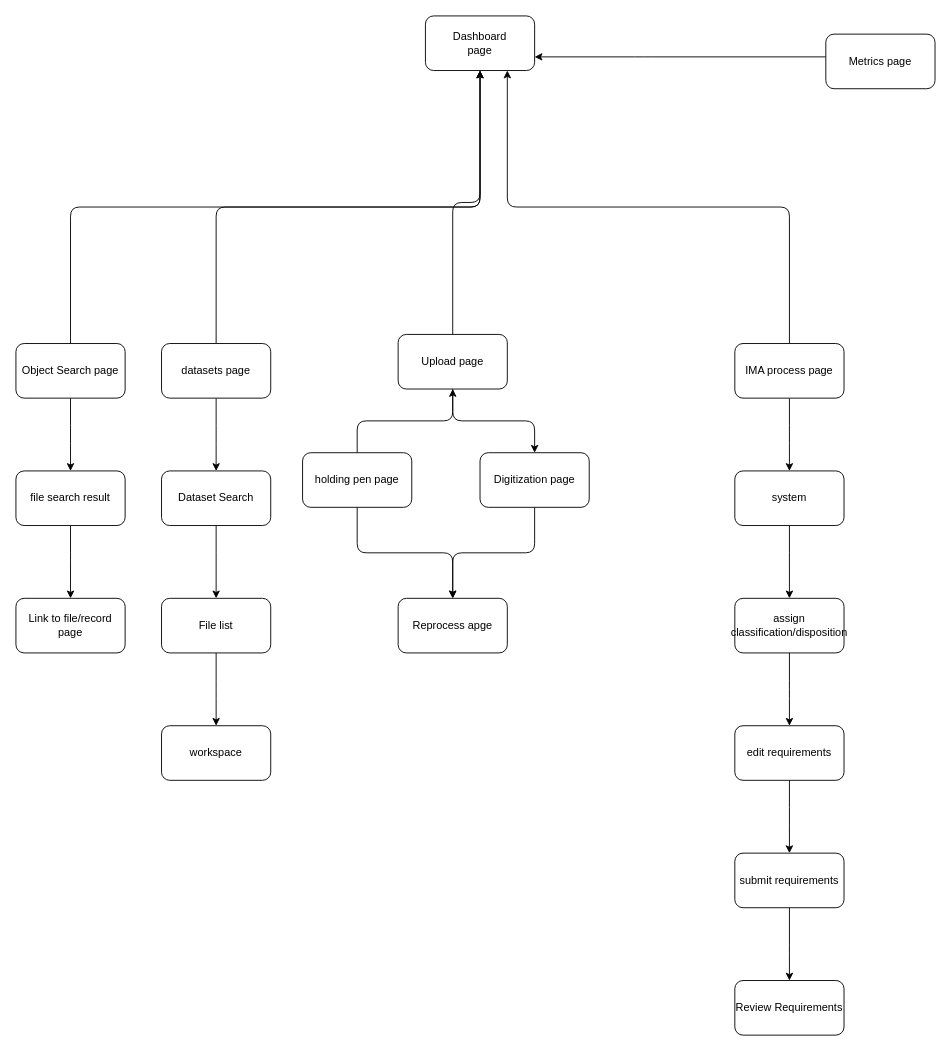
flare891/rmslow keeps this draw.io diagram as page "PageFlow" (2 of 3) of Drawings/Eva/Dashboard/Dashboard.drawio. Above is the earlier version. Source tidied: cells renumbered, new cells numbered last; positions are measured from the earlier drawing's top-left corner, leaving out a move shared by most shapes. Both pictures are drawn from the tidied source at 91%, with x=0, y=0 at pixel (15, 15).
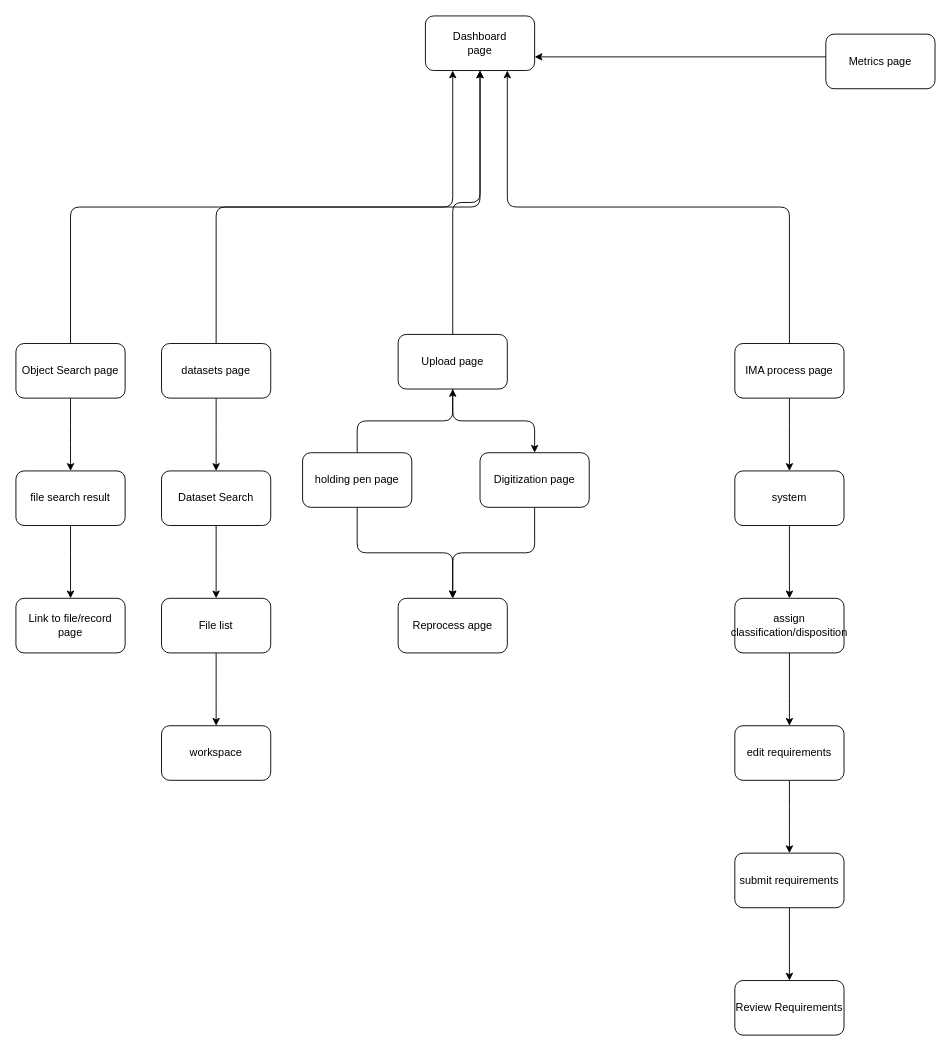
Above is the later version.

Unchanged cells that the change refers to:
```xml
<mxCell id="2" value="Dashboard&lt;br&gt;page" style="rounded=1;whiteSpace=wrap;html=1;" parent="1" vertex="1">
  <mxGeometry x="450" width="120" height="60" as="geometry" />
</mxCell>
<mxCell id="17" value="datasets page" style="rounded=1;whiteSpace=wrap;html=1;" parent="1" vertex="1">
  <mxGeometry x="160" y="360" width="120" height="60" as="geometry" />
</mxCell>
```

Change to the diagram source:
```diff
@@
-    <mxCell id="15" style="edgeStyle=elbowEdgeStyle;rounded=1;jettySize=auto;elbow=vertical;html=1;" parent="1" edge="1" source="17">
-      <mxGeometry relative="1" as="geometry">
-        <mxPoint x="510" y="60" as="targetPoint" />
-      </mxGeometry>
+    <mxCell id="15" style="edgeStyle=elbowEdgeStyle;rounded=1;jettySize=auto;elbow=vertical;html=1;entryX=0.25;entryY=1;entryDx=0;entryDy=0;" parent="1" edge="1" source="17" target="2">
+      <mxGeometry relative="1" as="geometry" />
     </mxCell>
```
